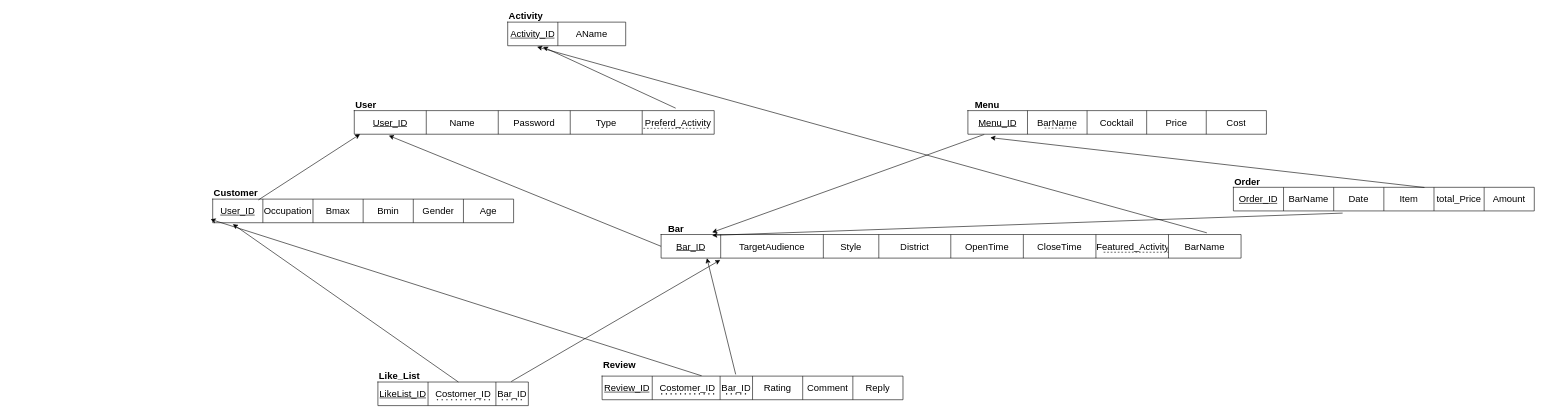
Earlier version of the draw.io diagram page "第1頁" (1 of 2) of DBDesign.drawio (tp12356twNccu/Database_NCCU). Source tidied: cells renumbered, new cells numbered last; positions are measured from the earlier drawing's top-left corner, leaving out a move shared by most shapes. Both pictures are drawn from the tidied source at 59%, with x=0, y=0 at pixel (212, 10).
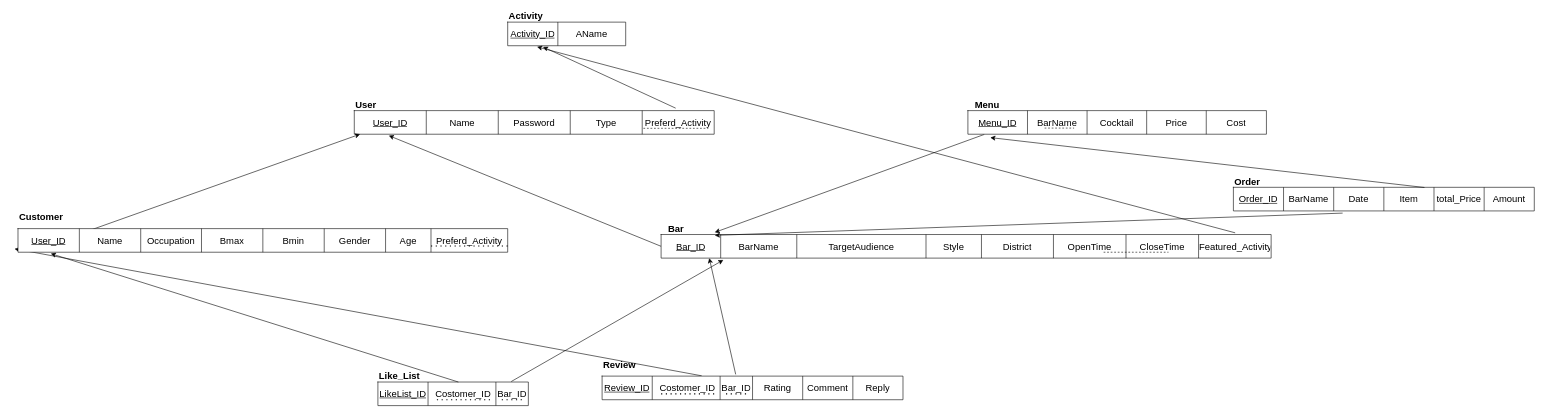
After the change.

What changed in the source:
```diff
@@
-    <mxCell id="10" style="shape=table;startSize=0;childLayout=tableLayout;fontSize=12;" parent="1" vertex="1">
-      <mxGeometry y="320" width="510" height="40" as="geometry" />
-    </mxCell>
-    <mxCell id="11" style="shape=tableRow;horizontal=0;startSize=0;swimlaneHead=0;swimlaneBody=0;strokeColor=inherit;top=0;left=0;bottom=0;right=0;fillColor=none;points=[[0,0.5],[1,0.5]];portConstraint=eastwest;fontSize=16;" parent="10" vertex="1">
-      <mxGeometry width="510" height="40" as="geometry" />
-    </mxCell>
-    <mxCell id="12" value="User_ID" style="shape=partialRectangle;html=1;whiteSpace=wrap;strokeColor=inherit;overflow=hidden;fillColor=none;top=0;left=0;bottom=0;right=0;fontSize=16;fontStyle=4;" parent="11" vertex="1">
-      <mxGeometry width="85" height="40" as="geometry" />
-    </mxCell>
-    <mxCell id="13" value="Occupation" style="shape=partialRectangle;html=1;whiteSpace=wrap;strokeColor=inherit;overflow=hidden;fillColor=none;top=0;left=0;bottom=0;right=0;fontSize=16;" parent="11" vertex="1">
-      <mxGeometry x="85" width="85" height="40" as="geometry" />
-    </mxCell>
-    <mxCell id="14" value="Bmax" style="shape=partialRectangle;html=1;whiteSpace=wrap;strokeColor=inherit;overflow=hidden;fillColor=none;top=0;left=0;bottom=0;right=0;fontSize=16;" parent="11" vertex="1">
-      <mxGeometry x="170" width="85" height="40" as="geometry" />
-    </mxCell>
-    <mxCell id="15" value="Bmin" style="shape=partialRectangle;html=1;whiteSpace=wrap;strokeColor=inherit;overflow=hidden;fillColor=none;top=0;left=0;bottom=0;right=0;fontSize=16;" parent="11" vertex="1">
-      <mxGeometry x="255" width="85" height="40" as="geometry" />
-    </mxCell>
-    <mxCell id="16" value="Gender" style="shape=partialRectangle;html=1;whiteSpace=wrap;strokeColor=inherit;overflow=hidden;fillColor=none;top=0;left=0;bottom=0;right=0;fontSize=16;" parent="11" vertex="1">
-      <mxGeometry x="340" width="85" height="40" as="geometry" />
-    </mxCell>
-    <mxCell id="17" value="Age" style="shape=partialRectangle;html=1;whiteSpace=wrap;strokeColor=inherit;overflow=hidden;fillColor=none;top=0;left=0;bottom=0;right=0;fontSize=16;" parent="11" vertex="1">
-      <mxGeometry x="425" width="85" height="40" as="geometry" />
-    </mxCell>
     <mxCell id="18" value="Customer" style="text;strokeColor=none;fillColor=none;html=1;fontSize=16;fontStyle=1;verticalAlign=middle;align=left;" parent="1" vertex="1">
-      <mxGeometry y="300" width="60" height="20" as="geometry" />
+      <mxGeometry x="-330" y="340" width="60" height="20" as="geometry" />
     </mxCell>
@@
     <mxCell id="52" style="shape=table;startSize=0;childLayout=tableLayout;fontSize=12;" parent="1" vertex="1">
-      <mxGeometry x="760" y="380" width="983" height="40" as="geometry" />
+      <mxGeometry x="760" y="380" width="1034" height="40" as="geometry" />
     </mxCell>
     <mxCell id="53" style="shape=tableRow;horizontal=0;startSize=0;swimlaneHead=0;swimlaneBody=0;strokeColor=inherit;top=0;left=0;bottom=0;right=0;fillColor=none;points=[[0,0.5],[1,0.5]];portConstraint=eastwest;fontSize=16;" parent="52" vertex="1">
-      <mxGeometry width="983" height="40" as="geometry" />
+      <mxGeometry width="1034" height="40" as="geometry" />
     </mxCell>
@@
+    <mxCell id="61" value="BarName" style="shape=partialRectangle;html=1;whiteSpace=wrap;strokeColor=inherit;overflow=hidden;fillColor=none;top=0;left=0;bottom=0;right=0;fontSize=16;" parent="53" vertex="1">
+      <mxGeometry x="101" width="129" height="40" as="geometry" />
+    </mxCell>
     <mxCell id="55" value="TargetAudience" style="shape=partialRectangle;html=1;whiteSpace=wrap;strokeColor=inherit;overflow=hidden;fillColor=none;top=0;left=0;bottom=0;right=0;fontSize=16;" parent="53" vertex="1">
-      <mxGeometry x="101" width="174" height="40" as="geometry" />
+      <mxGeometry x="230" width="219" height="40" as="geometry" />
     </mxCell>
     <mxCell id="56" value="Style" style="shape=partialRectangle;html=1;whiteSpace=wrap;strokeColor=inherit;overflow=hidden;fillColor=none;top=0;left=0;bottom=0;right=0;fontSize=16;" parent="53" vertex="1">
-      <mxGeometry x="275" width="94" height="40" as="geometry" />
+      <mxGeometry x="449" width="94" height="40" as="geometry" />
     </mxCell>
     <mxCell id="57" value="District" style="shape=partialRectangle;html=1;whiteSpace=wrap;strokeColor=inherit;overflow=hidden;fillColor=none;top=0;left=0;bottom=0;right=0;fontSize=16;" parent="53" vertex="1">
-      <mxGeometry x="369" width="122" height="40" as="geometry" />
+      <mxGeometry x="543" width="122" height="40" as="geometry" />
     </mxCell>
     <mxCell id="58" value="OpenTime" style="shape=partialRectangle;html=1;whiteSpace=wrap;strokeColor=inherit;overflow=hidden;fillColor=none;top=0;left=0;bottom=0;right=0;fontSize=16;" parent="53" vertex="1">
-      <mxGeometry x="491" width="123" height="40" as="geometry" />
+      <mxGeometry x="665" width="123" height="40" as="geometry" />
     </mxCell>
     <mxCell id="59" value="CloseTime" style="shape=partialRectangle;html=1;whiteSpace=wrap;strokeColor=inherit;overflow=hidden;fillColor=none;top=0;left=0;bottom=0;right=0;fontSize=16;" parent="53" vertex="1">
-      <mxGeometry x="614" width="123" height="40" as="geometry" />
+      <mxGeometry x="788" width="123" height="40" as="geometry" />
     </mxCell>
     <mxCell id="60" value="Featured_Activity" style="shape=partialRectangle;html=1;whiteSpace=wrap;strokeColor=inherit;overflow=hidden;fillColor=none;top=0;left=0;bottom=0;right=0;fontSize=16;" parent="53" vertex="1">
-      <mxGeometry x="737" width="123" height="40" as="geometry" />
+      <mxGeometry x="911" width="123" height="40" as="geometry" />
     </mxCell>
-    <mxCell id="61" value="BarName" style="shape=partialRectangle;html=1;whiteSpace=wrap;strokeColor=inherit;overflow=hidden;fillColor=none;top=0;left=0;bottom=0;right=0;fontSize=16;" parent="53" vertex="1">
-      <mxGeometry x="860" width="123" height="40" as="geometry" />
-    </mxCell>
@@
+    <mxCell id="10" style="shape=table;startSize=0;childLayout=tableLayout;fontSize=12;" parent="1" vertex="1">
+      <mxGeometry x="-330" y="370" width="830" height="40" as="geometry" />
+    </mxCell>
+    <mxCell id="11" style="shape=tableRow;horizontal=0;startSize=0;swimlaneHead=0;swimlaneBody=0;strokeColor=inherit;top=0;left=0;bottom=0;right=0;fillColor=none;points=[[0,0.5],[1,0.5]];portConstraint=eastwest;fontSize=16;" parent="10" vertex="1">
+      <mxGeometry width="830" height="40" as="geometry" />
+    </mxCell>
+    <mxCell id="12" value="User_ID" style="shape=partialRectangle;html=1;whiteSpace=wrap;strokeColor=inherit;overflow=hidden;fillColor=none;top=0;left=0;bottom=0;right=0;fontSize=16;fontStyle=4;" parent="11" vertex="1">
+      <mxGeometry width="104" height="40" as="geometry" />
+    </mxCell>
+    <mxCell id="85" value="Name" style="shape=partialRectangle;html=1;whiteSpace=wrap;strokeColor=inherit;overflow=hidden;fillColor=none;top=0;left=0;bottom=0;right=0;fontSize=16;" parent="11" vertex="1">
+      <mxGeometry x="104" width="104" height="40" as="geometry" />
+    </mxCell>
+    <mxCell id="13" value="Occupation" style="shape=partialRectangle;html=1;whiteSpace=wrap;strokeColor=inherit;overflow=hidden;fillColor=none;top=0;left=0;bottom=0;right=0;fontSize=16;" parent="11" vertex="1">
+      <mxGeometry x="208" width="103" height="40" as="geometry" />
+    </mxCell>
+    <mxCell id="14" value="Bmax" style="shape=partialRectangle;html=1;whiteSpace=wrap;strokeColor=inherit;overflow=hidden;fillColor=none;top=0;left=0;bottom=0;right=0;fontSize=16;" parent="11" vertex="1">
+      <mxGeometry x="311" width="104" height="40" as="geometry" />
+    </mxCell>
+    <mxCell id="15" value="Bmin" style="shape=partialRectangle;html=1;whiteSpace=wrap;strokeColor=inherit;overflow=hidden;fillColor=none;top=0;left=0;bottom=0;right=0;fontSize=16;" parent="11" vertex="1">
+      <mxGeometry x="415" width="104" height="40" as="geometry" />
+    </mxCell>
+    <mxCell id="16" value="Gender" style="shape=partialRectangle;html=1;whiteSpace=wrap;strokeColor=inherit;overflow=hidden;fillColor=none;top=0;left=0;bottom=0;right=0;fontSize=16;" parent="11" vertex="1">
+      <mxGeometry x="519" width="104" height="40" as="geometry" />
+    </mxCell>
+    <mxCell id="17" value="Age" style="shape=partialRectangle;html=1;whiteSpace=wrap;strokeColor=inherit;overflow=hidden;fillColor=none;top=0;left=0;bottom=0;right=0;fontSize=16;" parent="11" vertex="1">
+      <mxGeometry x="623" width="77" height="40" as="geometry" />
+    </mxCell>
+    <mxCell id="86" value="Preferd_Activity" style="shape=partialRectangle;html=1;whiteSpace=wrap;strokeColor=inherit;overflow=hidden;fillColor=none;top=0;left=0;bottom=0;right=0;fontSize=16;" parent="11" vertex="1">
+      <mxGeometry x="700" width="130" height="40" as="geometry" />
+    </mxCell>
+    <mxCell id="87" style="endArrow=none;dashed=1;html=1;rounded=0;dashPattern=1 3;strokeWidth=2;" parent="1" edge="1">
+      <mxGeometry relative="1" as="geometry">
+        <mxPoint x="370" y="399.5" as="sourcePoint" />
+        <mxPoint x="500" y="399.5" as="targetPoint" />
+      </mxGeometry>
+    </mxCell>
```
